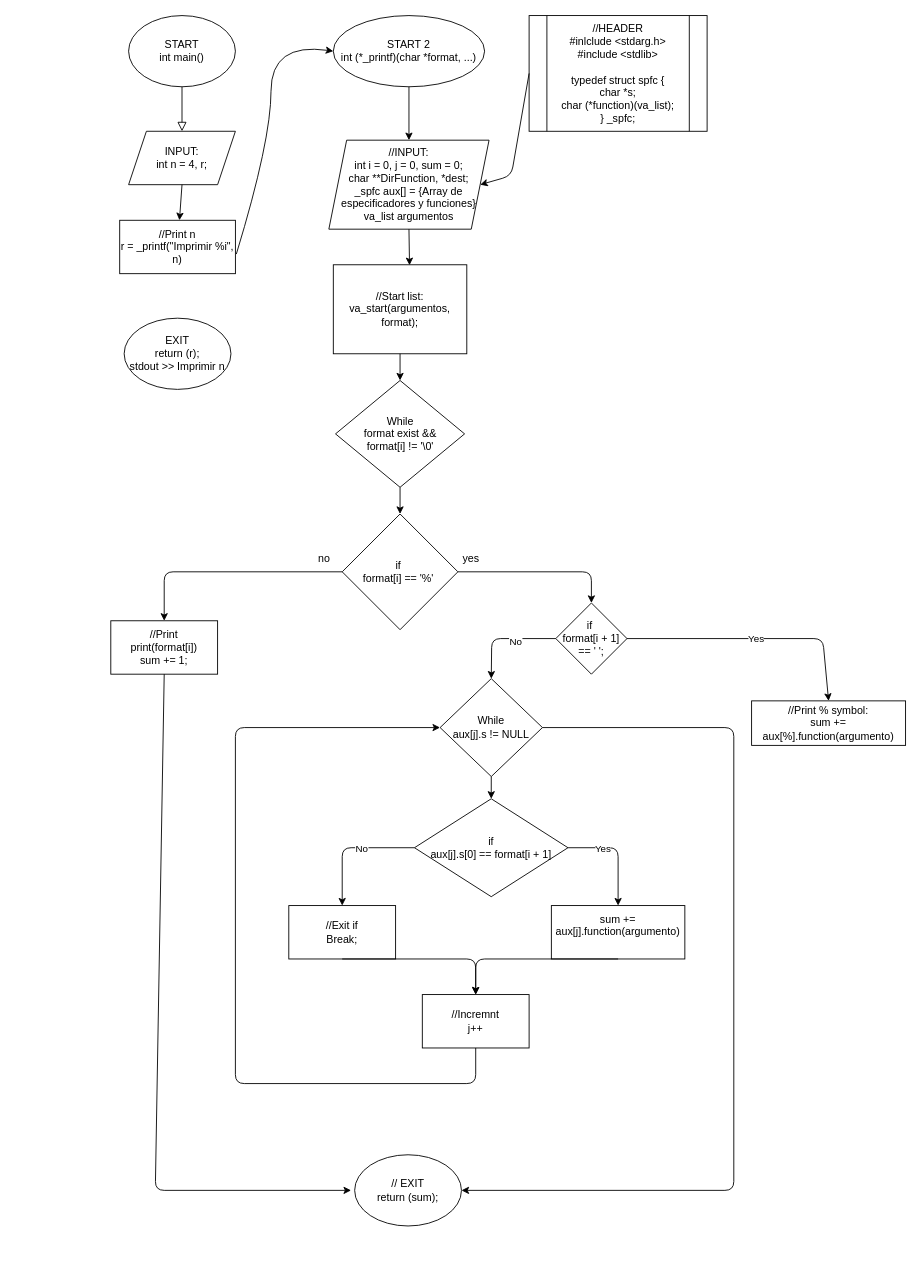
Before: page "Page-1" (1 of 2) of Untitled Diagram.drawio in Cmart94/printf, a draw.io diagram. Source tidied: cells renumbered, new cells numbered last; positions are measured from the earlier drawing's top-left corner, leaving out a move shared by most shapes. Both pictures are drawn from the tidied source at 89%, with x=0, y=0 at pixel (110, 15).
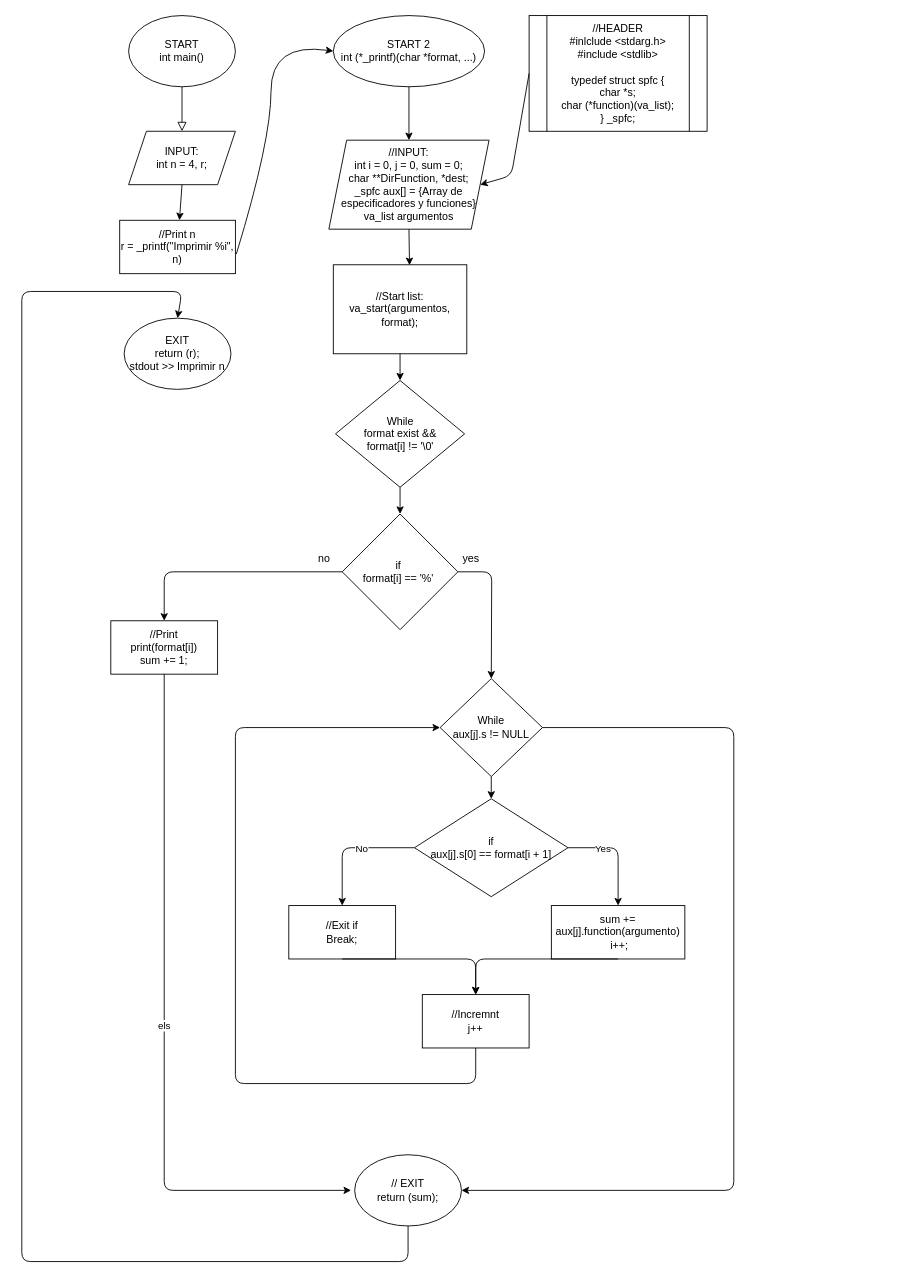
The same diagram, later.

The change refers to these unchanged cells:
```xml
<mxCell id="7" value="EXIT&lt;br&gt;return (r);&lt;br&gt;stdout &amp;gt;&amp;gt; Imprimir n&lt;br&gt;" style="ellipse;whiteSpace=wrap;html=1;" parent="1" vertex="1">
  <mxGeometry x="15" y="340" width="120" height="80" as="geometry" />
</mxCell>
<mxCell id="18" value="if&amp;nbsp;&lt;br&gt;format[i] == '%'&amp;nbsp;" style="rhombus;whiteSpace=wrap;html=1;" parent="1" vertex="1">
  <mxGeometry x="260" y="560" width="130" height="130" as="geometry" />
</mxCell>
<mxCell id="22" value="While&lt;br&gt;aux[j].s != NULL" style="rhombus;whiteSpace=wrap;html=1;" parent="1" vertex="1">
  <mxGeometry x="370" y="745" width="115" height="110" as="geometry" />
</mxCell>
<mxCell id="41" value="//Print&lt;br&gt;print(format[i])&lt;br&gt;sum += 1;" style="rounded=0;whiteSpace=wrap;html=1;" parent="1" vertex="1">
  <mxGeometry y="680" width="120" height="60" as="geometry" />
</mxCell>
<mxCell id="43" value="// EXIT&lt;br&gt;return (sum);" style="ellipse;whiteSpace=wrap;html=1;" parent="1" vertex="1">
  <mxGeometry x="274" y="1280" width="120" height="80" as="geometry" />
</mxCell>
```

The edit, as a diff of the source:
```diff
@@
-    <mxCell id="23" value="if&amp;nbsp;&lt;br&gt;format[i + 1] == ' ';" style="rhombus;whiteSpace=wrap;html=1;" parent="1" vertex="1">
-      <mxGeometry x="500" y="660" width="80" height="80" as="geometry" />
-    </mxCell>
-    <mxCell id="24" style="endArrow=classic;html=1;exitX=1;exitY=0.5;exitDx=0;exitDy=0;entryX=0.5;entryY=0;entryDx=0;entryDy=0;" parent="1" edge="1" source="18" target="23">
+    <mxCell id="24" style="endArrow=classic;html=1;exitX=1;exitY=0.5;exitDx=0;exitDy=0;entryX=0.5;entryY=0;entryDx=0;entryDy=0;" parent="1" edge="1" source="18" target="22">
       <mxGeometry relative="1" as="geometry">
         <Array as="points">
-          <mxPoint x="540" y="625" />
+          <mxPoint x="428" y="625" />
         </Array>
       </mxGeometry>
     </mxCell>
-    <mxCell id="25" value="//Print % symbol:&lt;br&gt;sum += aux[%].function(argumento)" style="rounded=0;whiteSpace=wrap;html=1;" parent="1" vertex="1">
-      <mxGeometry x="720" y="770" width="173" height="50" as="geometry" />
-    </mxCell>
-    <mxCell id="26" style="endArrow=classic;html=1;exitX=0;exitY=0.5;exitDx=0;exitDy=0;entryX=0.5;entryY=0;entryDx=0;entryDy=0;" parent="1" edge="1" source="23" target="22">
-      <mxGeometry relative="1" as="geometry">
-        <Array as="points">
-          <mxPoint x="428" y="700" />
-        </Array>
-      </mxGeometry>
-    </mxCell>
-    <mxCell id="27" value="No&lt;br&gt;" style="edgeLabel;html=1;align=center;verticalAlign=middle;" parent="26" vertex="1">
-      <mxGeometry x="-0.21" y="3" relative="1" as="geometry" />
-    </mxCell>
-    <mxCell id="28" value="Yes" style="endArrow=classic;html=1;exitX=1;exitY=0.5;exitDx=0;exitDy=0;entryX=0.5;entryY=0;entryDx=0;entryDy=0;" parent="1" edge="1" source="23" target="25">
-      <mxGeometry relative="1" as="geometry">
-        <Array as="points">
-          <mxPoint x="800" y="700" />
-        </Array>
-      </mxGeometry>
-    </mxCell>
@@
-    <mxCell id="31" value="sum += aux[j].function(argumento)&lt;br&gt;&amp;nbsp;" style="rounded=0;whiteSpace=wrap;html=1;" parent="1" vertex="1">
+    <mxCell id="31" value="sum += aux[j].function(argumento)&lt;br&gt;&amp;nbsp;i++;" style="rounded=0;whiteSpace=wrap;html=1;" parent="1" vertex="1">
       <mxGeometry x="495" y="1000" width="150" height="60" as="geometry" />
     </mxCell>
@@
-    <mxCell id="44" style="endArrow=classic;html=1;exitX=0.5;exitY=1;exitDx=0;exitDy=0;" parent="1" edge="1" source="41">
+    <mxCell id="44" value="els" style="endArrow=classic;html=1;exitX=0.5;exitY=1;exitDx=0;exitDy=0;" parent="1" edge="1" source="41">
       <mxGeometry relative="1" as="geometry">
         <mxPoint x="270" y="1320" as="targetPoint" />
         <Array as="points">
-          <mxPoint x="50" y="1320" />
+          <mxPoint x="60" y="1320" />
         </Array>
       </mxGeometry>
     </mxCell>
@@
+    <mxCell id="46" style="endArrow=classic;html=1;exitX=0.5;exitY=1;exitDx=0;exitDy=0;entryX=0.5;entryY=0;entryDx=0;entryDy=0;" parent="1" edge="1" source="43" target="7">
+      <mxGeometry relative="1" as="geometry">
+        <Array as="points">
+          <mxPoint x="334" y="1400" />
+          <mxPoint x="-100" y="1400" />
+          <mxPoint x="-100" y="310" />
+          <mxPoint x="80" y="310" />
+        </Array>
+      </mxGeometry>
+    </mxCell>
```
